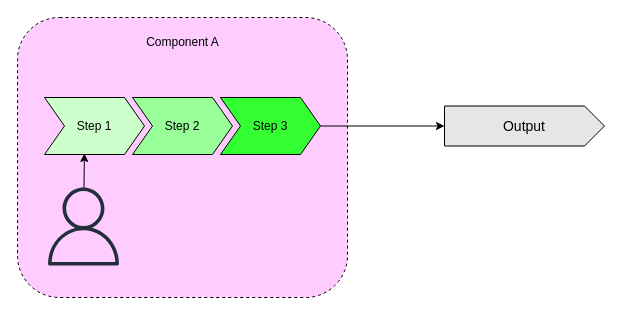
Before: page "component-a" (2 of 2) of doc/arc.drawio in rasmushaa/drawio_document_demo_a, a draw.io diagram. Source tidied: cells renumbered, new cells numbered last; positions are measured from the earlier drawing's top-left corner, leaving out a move shared by most shapes. Both pictures are drawn from the tidied source at 100%, with x=0, y=0 at pixel (17, 17).
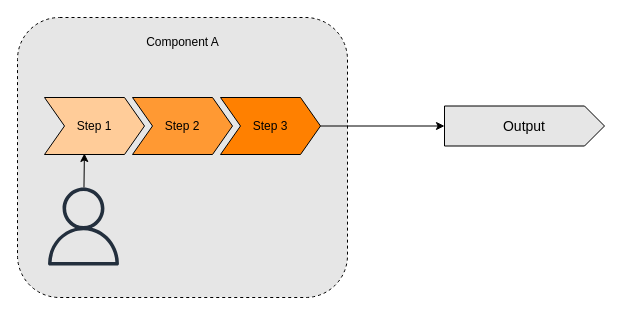
Above is the later version.

What changed in the source:
```diff
@@
 <mxGraphModel>
   <root>
     <mxCell id="0" />
     <mxCell id="1" parent="0" />
-    <mxCell id="2" style="rounded=1;whiteSpace=wrap;html=1;dashed=1;fillColor=#FFCCFF;" parent="1" vertex="1">
+    <mxCell id="2" style="rounded=1;whiteSpace=wrap;html=1;dashed=1;fillColor=#E6E6E6;" parent="1" vertex="1">
       <mxGeometry width="330" height="280" as="geometry" />
     </mxCell>
     <mxCell id="3" value="Output" style="html=1;shape=mxgraph.infographic.ribbonSimple;notch1=0;notch2=20;align=center;verticalAlign=middle;fontSize=14;fontStyle=0;fillColor=#E6E6E6;whiteSpace=wrap;" parent="1" vertex="1">
       <mxGeometry x="427" y="88.5" width="160" height="40" as="geometry" />
     </mxCell>
-    <mxCell id="4" value="Step 1" style="shape=step;perimeter=stepPerimeter;fixedSize=1;points=[];whiteSpace=wrap;html=1;fillColor=#CCFFCC;" parent="1" vertex="1">
+    <mxCell id="4" value="Step 1" style="shape=step;perimeter=stepPerimeter;fixedSize=1;points=[];whiteSpace=wrap;html=1;fillColor=#FFCC99;" parent="1" vertex="1">
       <mxGeometry x="27" y="80" width="100" height="57" as="geometry" />
     </mxCell>
-    <mxCell id="5" value="Step 2" style="shape=step;perimeter=stepPerimeter;fixedSize=1;whiteSpace=wrap;html=1;fillColor=#99FF99;" parent="1" vertex="1">
+    <mxCell id="5" value="Step 2" style="shape=step;perimeter=stepPerimeter;fixedSize=1;whiteSpace=wrap;html=1;fillColor=#FF9933;" parent="1" vertex="1">
       <mxGeometry x="115" y="80" width="100" height="57" as="geometry" />
     </mxCell>
-    <mxCell id="6" value="Step 3" style="shape=step;perimeter=stepPerimeter;fixedSize=1;points=[];whiteSpace=wrap;html=1;fillColor=#33FF33;" parent="1" vertex="1">
+    <mxCell id="6" value="Step 3" style="shape=step;perimeter=stepPerimeter;fixedSize=1;points=[];whiteSpace=wrap;html=1;fillColor=#FF8000;" parent="1" vertex="1">
       <mxGeometry x="203" y="80" width="100" height="57" as="geometry" />
     </mxCell>
     <mxCell id="7" value="Component A" style="text;html=1;align=center;verticalAlign=middle;strokeColor=none;fillColor=none;" parent="1" vertex="1">
       <mxGeometry x="115" y="10" width="100" height="30" as="geometry" />
     </mxCell>
     <mxCell id="8" style="edgeStyle=none;html=1;entryX=0;entryY=0;entryDx=0;entryDy=20;entryPerimeter=0;" parent="1" edge="1" source="6" target="3">
       <mxGeometry relative="1" as="geometry" />
     </mxCell>
     <mxCell id="9" style="sketch=0;outlineConnect=0;fontColor=#232F3E;gradientColor=none;fillColor=#232F3D;strokeColor=none;dashed=0;verticalLabelPosition=bottom;verticalAlign=top;align=center;html=1;fontSize=12;fontStyle=0;shape=mxgraph.aws4.user;" parent="1" vertex="1">
       <mxGeometry x="27" y="170" width="78" height="78" as="geometry" />
     </mxCell>
     <mxCell id="10" style="edgeStyle=none;html=1;entryX=0.399;entryY=0.982;entryDx=0;entryDy=0;entryPerimeter=0;" parent="1" edge="1" source="9" target="4">
       <mxGeometry relative="1" as="geometry" />
     </mxCell>
   </root>
 </mxGraphModel>
```
